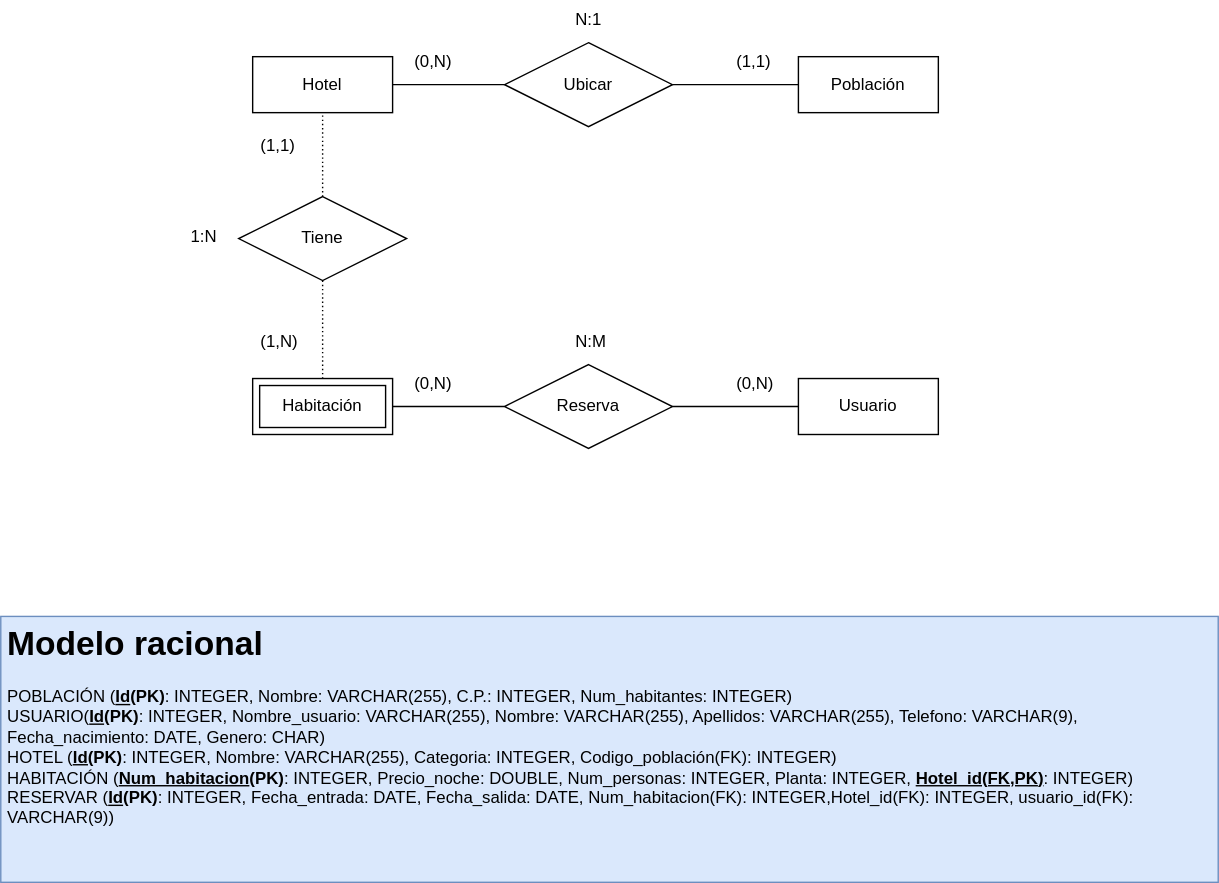
Earlier version of the draw.io export Hotelio1.0.svg (BCR22-Team4-ProyectoFinal/Database_diagrama). Source tidied: cells renumbered, new cells last; positions are measured from the earlier drawing's top-left corner, leaving out a move shared by most shapes. Source of this version:
```xml
<mxGraphModel>
  <root>
    <mxCell id="0" />
    <mxCell id="1" parent="0" />
    <mxCell id="2" value="Hotel" style="whiteSpace=wrap;html=1;align=center;" parent="1" vertex="1">
      <mxGeometry x="180" y="40" width="100" height="40" as="geometry" />
    </mxCell>
    <mxCell id="3" value="Población" style="whiteSpace=wrap;html=1;align=center;" parent="1" vertex="1">
      <mxGeometry x="570" y="40" width="100" height="40" as="geometry" />
    </mxCell>
    <mxCell id="4" value="Habitación" style="shape=ext;margin=3;double=1;whiteSpace=wrap;html=1;align=center;" parent="1" vertex="1">
      <mxGeometry x="180" y="270" width="100" height="40" as="geometry" />
    </mxCell>
    <mxCell id="5" value="Usuario" style="whiteSpace=wrap;html=1;align=center;" parent="1" vertex="1">
      <mxGeometry x="570" y="270" width="100" height="40" as="geometry" />
    </mxCell>
    <mxCell id="6" value="Ubicar" style="shape=rhombus;perimeter=rhombusPerimeter;whiteSpace=wrap;html=1;align=center;" parent="1" vertex="1">
      <mxGeometry x="360" y="30" width="120" height="60" as="geometry" />
    </mxCell>
    <mxCell id="7" value="Tiene" style="shape=rhombus;perimeter=rhombusPerimeter;whiteSpace=wrap;html=1;align=center;" parent="1" vertex="1">
      <mxGeometry x="170" y="140" width="120" height="60" as="geometry" />
    </mxCell>
    <mxCell id="8" value="Reserva" style="shape=rhombus;perimeter=rhombusPerimeter;whiteSpace=wrap;html=1;align=center;" parent="1" vertex="1">
      <mxGeometry x="360" y="260" width="120" height="60" as="geometry" />
    </mxCell>
    <mxCell id="9" style="endArrow=none;html=1;rounded=0;exitX=1;exitY=0.5;exitDx=0;exitDy=0;entryX=0;entryY=0.5;entryDx=0;entryDy=0;" parent="1" edge="1" source="2" target="6">
      <mxGeometry relative="1" as="geometry" />
    </mxCell>
    <mxCell id="10" style="endArrow=none;html=1;rounded=0;exitX=1;exitY=0.5;exitDx=0;exitDy=0;entryX=0;entryY=0.5;entryDx=0;entryDy=0;" parent="1" edge="1" source="6" target="3">
      <mxGeometry relative="1" as="geometry" />
    </mxCell>
    <mxCell id="11" style="endArrow=none;html=1;rounded=0;exitX=1;exitY=0.5;exitDx=0;exitDy=0;entryX=0;entryY=0.5;entryDx=0;entryDy=0;" parent="1" edge="1" source="8" target="5">
      <mxGeometry relative="1" as="geometry" />
    </mxCell>
    <mxCell id="12" style="endArrow=none;html=1;rounded=0;exitX=1;exitY=0.5;exitDx=0;exitDy=0;" parent="1" edge="1" source="4">
      <mxGeometry relative="1" as="geometry">
        <mxPoint x="360" y="290" as="targetPoint" />
      </mxGeometry>
    </mxCell>
    <mxCell id="13" style="endArrow=none;html=1;rounded=0;dashed=1;dashPattern=1 2;exitX=0.5;exitY=0;exitDx=0;exitDy=0;entryX=0.5;entryY=1;entryDx=0;entryDy=0;" parent="1" edge="1" source="4" target="7">
      <mxGeometry relative="1" as="geometry" />
    </mxCell>
    <mxCell id="14" style="endArrow=none;html=1;rounded=0;dashed=1;dashPattern=1 2;exitX=0.5;exitY=0;exitDx=0;exitDy=0;entryX=0.5;entryY=1;entryDx=0;entryDy=0;" parent="1" edge="1" source="7" target="2">
      <mxGeometry relative="1" as="geometry" />
    </mxCell>
    <mxCell id="15" value="(1,1)" style="text;strokeColor=none;fillColor=none;spacingLeft=4;spacingRight=4;overflow=hidden;fontSize=12;" parent="1" vertex="1">
      <mxGeometry x="520" y="30" width="40" height="30" as="geometry" />
    </mxCell>
    <mxCell id="16" value="(0,N)" style="text;strokeColor=none;fillColor=none;spacingLeft=4;spacingRight=4;overflow=hidden;fontSize=12;" parent="1" vertex="1">
      <mxGeometry x="290" y="30" width="40" height="30" as="geometry" />
    </mxCell>
    <mxCell id="17" value="N:1" style="text;strokeColor=none;fillColor=none;spacingLeft=4;spacingRight=4;overflow=hidden;fontSize=12;" parent="1" vertex="1">
      <mxGeometry x="405" width="30" height="30" as="geometry" />
    </mxCell>
    <mxCell id="18" value="(1,1)" style="text;strokeColor=none;fillColor=none;spacingLeft=4;spacingRight=4;overflow=hidden;fontSize=12;" parent="1" vertex="1">
      <mxGeometry x="180" y="90" width="40" height="30" as="geometry" />
    </mxCell>
    <mxCell id="19" value="(1,N)" style="text;strokeColor=none;fillColor=none;spacingLeft=4;spacingRight=4;overflow=hidden;fontSize=12;" parent="1" vertex="1">
      <mxGeometry x="180" y="230" width="40" height="30" as="geometry" />
    </mxCell>
    <mxCell id="20" value="1:N" style="text;strokeColor=none;fillColor=none;spacingLeft=4;spacingRight=4;overflow=hidden;fontSize=12;" parent="1" vertex="1">
      <mxGeometry x="130" y="155" width="40" height="30" as="geometry" />
    </mxCell>
    <mxCell id="21" value="(0,N)" style="text;strokeColor=none;fillColor=none;spacingLeft=4;spacingRight=4;overflow=hidden;fontSize=12;" parent="1" vertex="1">
      <mxGeometry x="290" y="260" width="40" height="30" as="geometry" />
    </mxCell>
    <mxCell id="22" value="(0,N)" style="text;strokeColor=none;fillColor=none;spacingLeft=4;spacingRight=4;overflow=hidden;fontSize=12;" parent="1" vertex="1">
      <mxGeometry x="520" y="260" width="40" height="30" as="geometry" />
    </mxCell>
    <mxCell id="23" value="N:M" style="text;strokeColor=none;fillColor=none;spacingLeft=4;spacingRight=4;overflow=hidden;fontSize=12;" parent="1" vertex="1">
      <mxGeometry x="405" y="230" width="40" height="30" as="geometry" />
    </mxCell>
    <mxCell id="24" value="&lt;h1&gt;Modelo racional&lt;/h1&gt;&lt;div&gt;POBLACIÓN (&lt;b&gt;&lt;u&gt;Id&lt;/u&gt;(PK)&lt;/b&gt;: INTEGER, Nombre: VARCHAR(255), C.P.: INTEGER, Num_habitantes: INTEGER)&lt;/div&gt;&lt;div&gt;USUARIO(&lt;b&gt;&lt;u&gt;Id&lt;/u&gt;(PK)&lt;/b&gt;: INTEGER, Nombre_usuario: VARCHAR(255), Nombre: VARCHAR(255), Apellidos: VARCHAR(255), Telefono: VARCHAR(9), Fecha_nacimiento: DATE, Genero: CHAR)&lt;/div&gt;&lt;div&gt;HOTEL (&lt;b&gt;&lt;u&gt;Id(&lt;/u&gt;PK)&lt;/b&gt;: INTEGER, Nombre: VARCHAR(255), Categoria: INTEGER, Codigo_población(FK): INTEGER)&lt;/div&gt;&lt;div&gt;HABITACIÓN (&lt;b&gt;&lt;u&gt;Num_habitacion&lt;/u&gt;(PK)&lt;/b&gt;: INTEGER, Precio_noche: DOUBLE, Num_personas: INTEGER, Planta: INTEGER, &lt;b&gt;&lt;u&gt;Hotel_id(FK,PK&lt;/u&gt;&lt;/b&gt;&lt;span style=&quot;background-color: initial;&quot;&gt;&lt;b&gt;&lt;u&gt;)&lt;/u&gt;&lt;/b&gt;: INTEGER)&lt;/span&gt;&lt;/div&gt;&lt;div&gt;RESERVAR (&lt;b&gt;&lt;u&gt;Id&lt;/u&gt;(PK)&lt;/b&gt;: INTEGER, Fecha_entrada: DATE, Fecha_salida: DATE, Num_habitacion(FK): INTEGER,Hotel_id(FK): INTEGER, usuario_id(FK): VARCHAR(9))&lt;/div&gt;" style="text;html=1;strokeColor=#6c8ebf;fillColor=#dae8fc;spacing=5;spacingTop=-20;whiteSpace=wrap;overflow=hidden;rounded=0;" parent="1" vertex="1">
      <mxGeometry y="440" width="870" height="190" as="geometry" />
    </mxCell>
  </root>
</mxGraphModel>
```
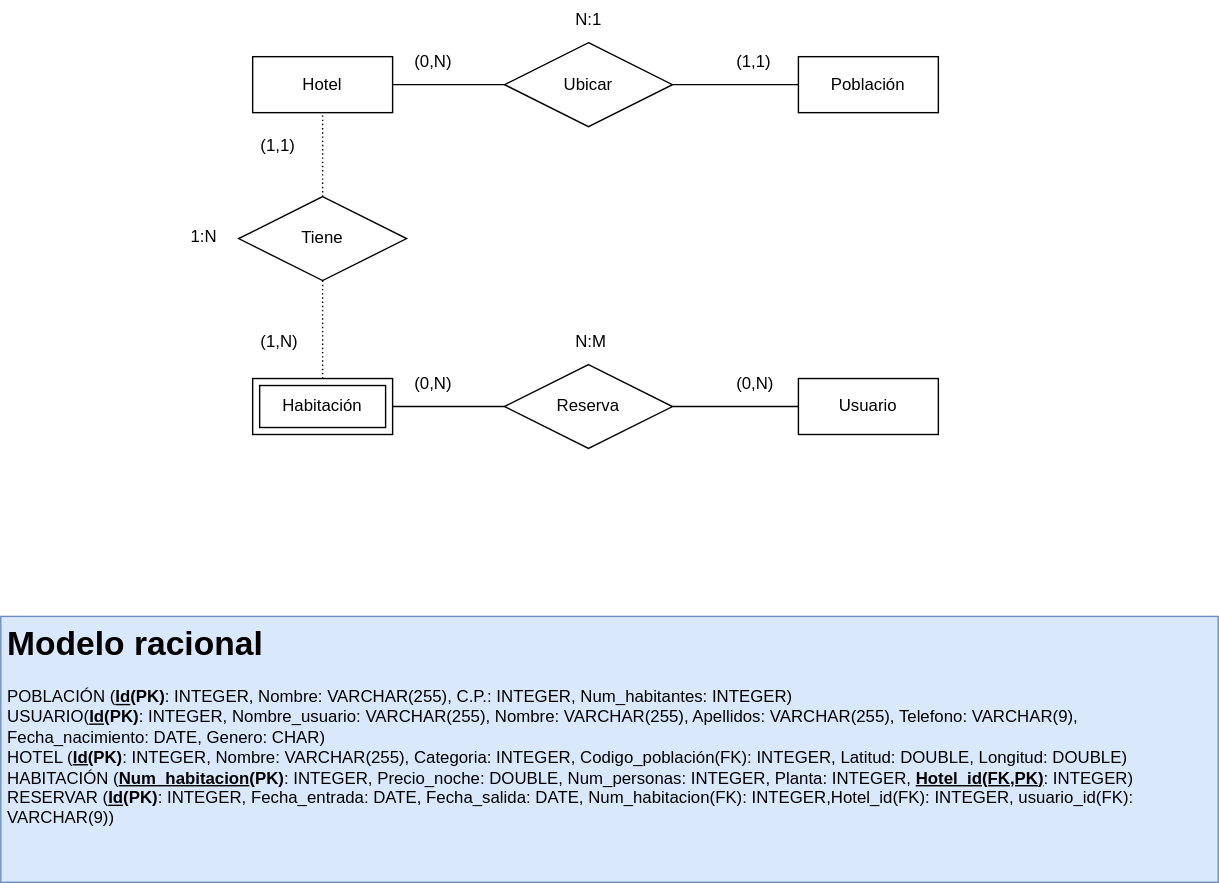
The same file after the commit.

Diff of the diagram source:
```diff
@@ -70,7 +70,7 @@
     <mxCell id="23" value="N:M" style="text;strokeColor=none;fillColor=none;spacingLeft=4;spacingRight=4;overflow=hidden;fontSize=12;" parent="1" vertex="1">
       <mxGeometry x="405" y="230" width="40" height="30" as="geometry" />
     </mxCell>
-    <mxCell id="24" value="&lt;h1&gt;Modelo racional&lt;/h1&gt;&lt;div&gt;POBLACIÓN (&lt;b&gt;&lt;u&gt;Id&lt;/u&gt;(PK)&lt;/b&gt;: INTEGER, Nombre: VARCHAR(255), C.P.: INTEGER, Num_habitantes: INTEGER)&lt;/div&gt;&lt;div&gt;USUARIO(&lt;b&gt;&lt;u&gt;Id&lt;/u&gt;(PK)&lt;/b&gt;: INTEGER, Nombre_usuario: VARCHAR(255), Nombre: VARCHAR(255), Apellidos: VARCHAR(255), Telefono: VARCHAR(9), Fecha_nacimiento: DATE, Genero: CHAR)&lt;/div&gt;&lt;div&gt;HOTEL (&lt;b&gt;&lt;u&gt;Id(&lt;/u&gt;PK)&lt;/b&gt;: INTEGER, Nombre: VARCHAR(255), Categoria: INTEGER, Codigo_población(FK): INTEGER)&lt;/div&gt;&lt;div&gt;HABITACIÓN (&lt;b&gt;&lt;u&gt;Num_habitacion&lt;/u&gt;(PK)&lt;/b&gt;: INTEGER, Precio_noche: DOUBLE, Num_personas: INTEGER, Planta: INTEGER, &lt;b&gt;&lt;u&gt;Hotel_id(FK,PK&lt;/u&gt;&lt;/b&gt;&lt;span style=&quot;background-color: initial;&quot;&gt;&lt;b&gt;&lt;u&gt;)&lt;/u&gt;&lt;/b&gt;: INTEGER)&lt;/span&gt;&lt;/div&gt;&lt;div&gt;RESERVAR (&lt;b&gt;&lt;u&gt;Id&lt;/u&gt;(PK)&lt;/b&gt;: INTEGER, Fecha_entrada: DATE, Fecha_salida: DATE, Num_habitacion(FK): INTEGER,Hotel_id(FK): INTEGER, usuario_id(FK): VARCHAR(9))&lt;/div&gt;" style="text;html=1;strokeColor=#6c8ebf;fillColor=#dae8fc;spacing=5;spacingTop=-20;whiteSpace=wrap;overflow=hidden;rounded=0;" parent="1" vertex="1">
+    <mxCell id="24" value="&lt;h1&gt;Modelo racional&lt;/h1&gt;&lt;div&gt;POBLACIÓN (&lt;b&gt;&lt;u&gt;Id&lt;/u&gt;(PK)&lt;/b&gt;: INTEGER, Nombre: VARCHAR(255), C.P.: INTEGER, Num_habitantes: INTEGER)&lt;/div&gt;&lt;div&gt;USUARIO(&lt;b&gt;&lt;u&gt;Id&lt;/u&gt;(PK)&lt;/b&gt;: INTEGER, Nombre_usuario: VARCHAR(255), Nombre: VARCHAR(255), Apellidos: VARCHAR(255), Telefono: VARCHAR(9), Fecha_nacimiento: DATE, Genero: CHAR)&lt;/div&gt;&lt;div&gt;HOTEL (&lt;b&gt;&lt;u&gt;Id(&lt;/u&gt;PK)&lt;/b&gt;: INTEGER, Nombre: VARCHAR(255), Categoria: INTEGER, Codigo_población(FK): INTEGER, Latitud: DOUBLE, Longitud: DOUBLE)&lt;/div&gt;&lt;div&gt;HABITACIÓN (&lt;b&gt;&lt;u&gt;Num_habitacion&lt;/u&gt;(PK)&lt;/b&gt;: INTEGER, Precio_noche: DOUBLE, Num_personas: INTEGER, Planta: INTEGER, &lt;b&gt;&lt;u&gt;Hotel_id(FK,PK&lt;/u&gt;&lt;/b&gt;&lt;span style=&quot;background-color: initial;&quot;&gt;&lt;b&gt;&lt;u&gt;)&lt;/u&gt;&lt;/b&gt;: INTEGER)&lt;/span&gt;&lt;/div&gt;&lt;div&gt;RESERVAR (&lt;b&gt;&lt;u&gt;Id&lt;/u&gt;(PK)&lt;/b&gt;: INTEGER, Fecha_entrada: DATE, Fecha_salida: DATE, Num_habitacion(FK): INTEGER,Hotel_id(FK): INTEGER, usuario_id(FK): VARCHAR(9))&lt;/div&gt;" style="text;html=1;strokeColor=#6c8ebf;fillColor=#dae8fc;spacing=5;spacingTop=-20;whiteSpace=wrap;overflow=hidden;rounded=0;" parent="1" vertex="1">
       <mxGeometry y="440" width="870" height="190" as="geometry" />
     </mxCell>
   </root>
```
